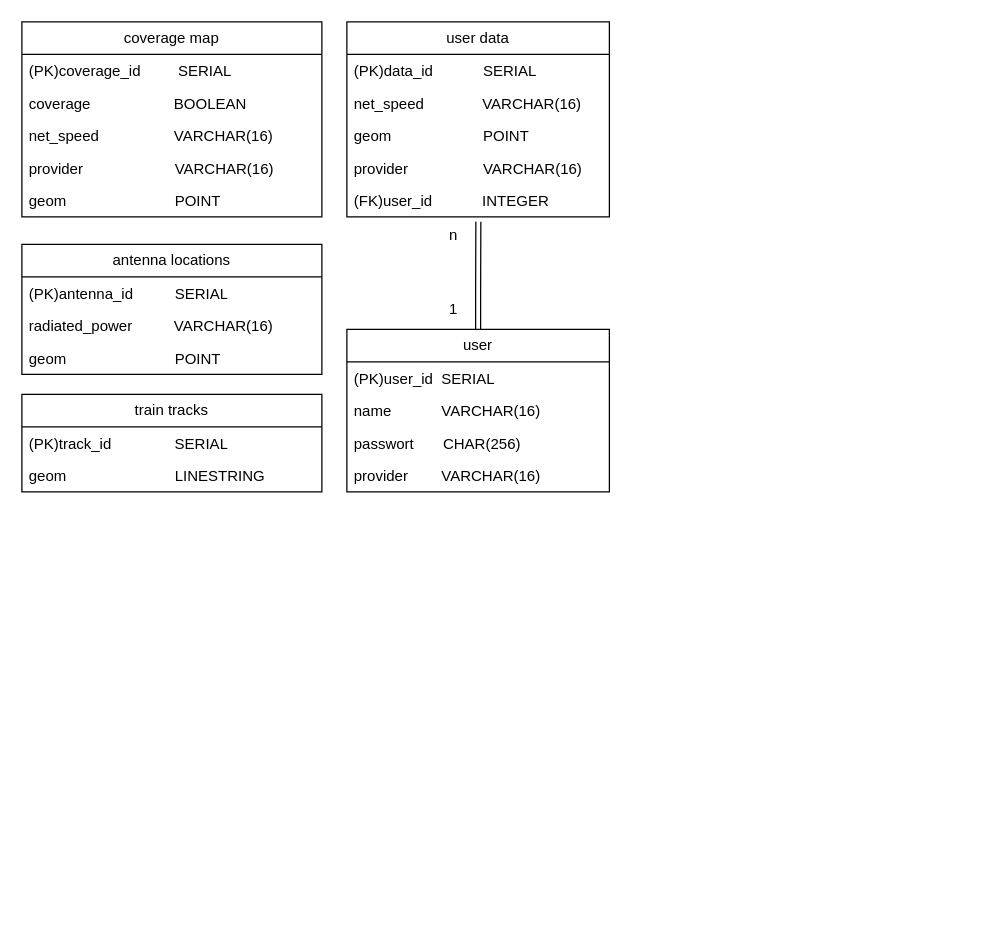
Above: database/UML.drawio in Sinrai/GTA_2023_Project (draw.io), before the change. Source tidied: cells renumbered, new cells numbered last; positions are measured from the earlier drawing's top-left corner, leaving out a move shared by most shapes. Both pictures are drawn from the tidied source at 125%, with x=0, y=0 at pixel (21, 21).
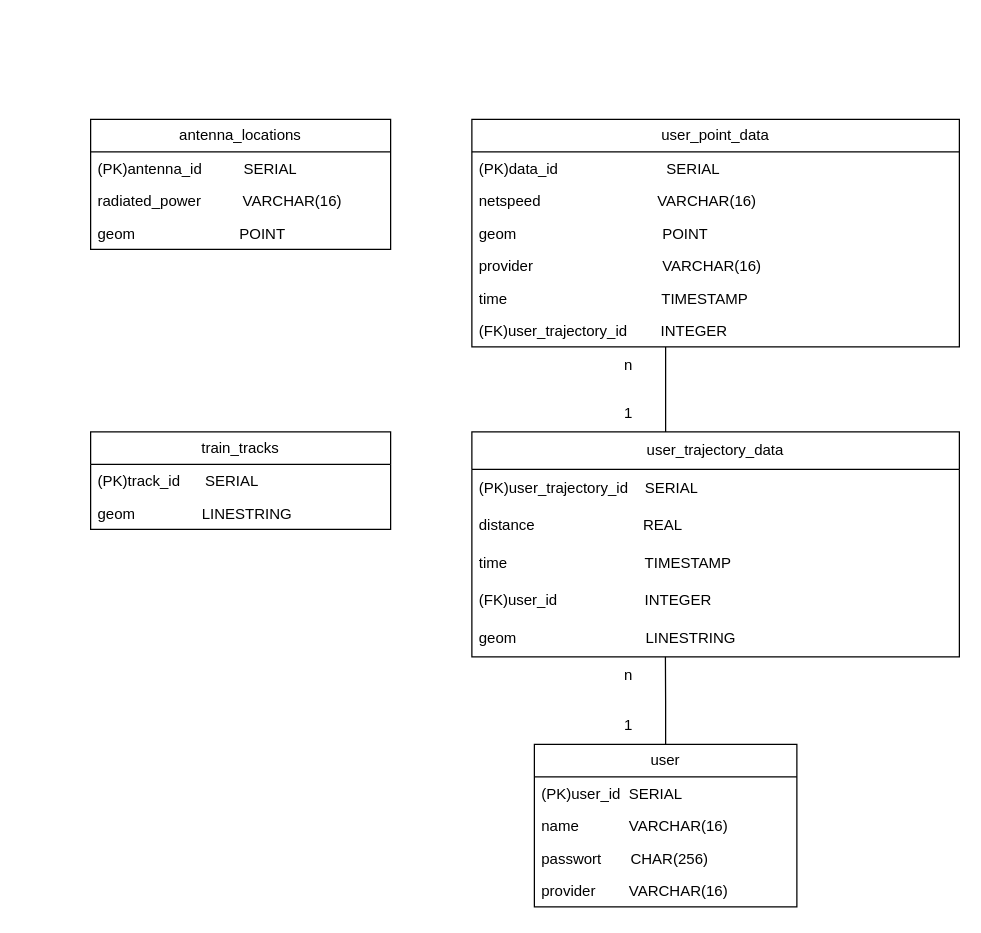
Above is the later version.

What changed in the source:
```diff
@@
-    <mxCell id="2" value="coverage map" style="swimlane;fontStyle=0;horizontal=1;startSize=26;fillColor=none;whiteSpace=wrap;html=1;" parent="1" vertex="1">
-      <mxGeometry width="240" height="156" as="geometry" />
-    </mxCell>
-    <mxCell id="3" value="&lt;div&gt;(PK)coverage_id&amp;nbsp; &amp;nbsp; &amp;nbsp; &amp;nbsp; &amp;nbsp;SERIAL&lt;/div&gt;" style="text;strokeColor=none;fillColor=none;align=left;verticalAlign=top;spacingLeft=4;spacingRight=4;overflow=hidden;whiteSpace=wrap;html=1;" parent="2" vertex="1">
-      <mxGeometry y="26" width="240" height="26" as="geometry" />
-    </mxCell>
-    <mxCell id="4" value="coverage&amp;nbsp; &amp;nbsp; &amp;nbsp; &amp;nbsp; &amp;nbsp; &amp;nbsp; &amp;nbsp; &amp;nbsp; &amp;nbsp; &amp;nbsp; BOOLEAN" style="text;strokeColor=none;fillColor=none;align=left;verticalAlign=top;spacingLeft=4;spacingRight=4;overflow=hidden;whiteSpace=wrap;html=1;" parent="2" vertex="1">
-      <mxGeometry y="52" width="240" height="26" as="geometry" />
-    </mxCell>
-    <mxCell id="5" value="net_speed&amp;nbsp; &amp;nbsp; &amp;nbsp; &amp;nbsp; &amp;nbsp; &amp;nbsp;&amp;nbsp; &amp;nbsp; &amp;nbsp;&amp;nbsp; VARCHAR(16)" style="text;strokeColor=none;fillColor=none;align=left;verticalAlign=top;spacingLeft=4;spacingRight=4;overflow=hidden;whiteSpace=wrap;html=1;" parent="2" vertex="1">
-      <mxGeometry y="78" width="240" height="26" as="geometry" />
-    </mxCell>
-    <mxCell id="6" value="provider&amp;nbsp; &amp;nbsp; &amp;nbsp; &amp;nbsp; &amp;nbsp; &amp;nbsp; &amp;nbsp; &amp;nbsp; &amp;nbsp; &amp;nbsp; &amp;nbsp; VARCHAR(16)" style="text;strokeColor=none;fillColor=none;align=left;verticalAlign=top;spacingLeft=4;spacingRight=4;overflow=hidden;whiteSpace=wrap;html=1;" parent="2" vertex="1">
-      <mxGeometry y="104" width="240" height="26" as="geometry" />
-    </mxCell>
-    <mxCell id="7" value="geom&amp;nbsp; &amp;nbsp; &amp;nbsp; &amp;nbsp; &amp;nbsp; &amp;nbsp; &amp;nbsp; &amp;nbsp; &amp;nbsp; &amp;nbsp; &amp;nbsp; &amp;nbsp; &amp;nbsp; POINT" style="text;strokeColor=none;fillColor=none;align=left;verticalAlign=top;spacingLeft=4;spacingRight=4;overflow=hidden;whiteSpace=wrap;html=1;" parent="2" vertex="1">
-      <mxGeometry y="130" width="240" height="26" as="geometry" />
-    </mxCell>
-    <mxCell id="8" value="antenna locations" style="swimlane;fontStyle=0;horizontal=1;startSize=26;fillColor=none;whiteSpace=wrap;html=1;" parent="1" vertex="1">
-      <mxGeometry y="178" width="240" height="104" as="geometry" />
+    <mxCell id="8" value="antenna_locations" style="swimlane;fontStyle=0;horizontal=1;startSize=26;fillColor=none;whiteSpace=wrap;html=1;" parent="1" vertex="1">
+      <mxGeometry x="55" y="78" width="240" height="104" as="geometry" />
     </mxCell>
@@
-    <mxCell id="11" value="geom&amp;nbsp; &amp;nbsp; &amp;nbsp; &amp;nbsp; &amp;nbsp; &amp;nbsp; &amp;nbsp; &amp;nbsp; &amp;nbsp; &amp;nbsp; &amp;nbsp;&amp;nbsp; &amp;nbsp;&amp;nbsp; POINT" style="text;strokeColor=none;fillColor=none;align=left;verticalAlign=top;spacingLeft=4;spacingRight=4;overflow=hidden;whiteSpace=wrap;html=1;" parent="8" vertex="1">
+    <mxCell id="11" value="geom&amp;nbsp; &amp;nbsp; &amp;nbsp; &amp;nbsp; &amp;nbsp; &amp;nbsp; &amp;nbsp; &amp;nbsp; &amp;nbsp; &amp;nbsp; &amp;nbsp; &amp;nbsp; &amp;nbsp;POINT" style="text;strokeColor=none;fillColor=none;align=left;verticalAlign=top;spacingLeft=4;spacingRight=4;overflow=hidden;whiteSpace=wrap;html=1;" parent="8" vertex="1">
       <mxGeometry y="78" width="240" height="26" as="geometry" />
     </mxCell>
-    <mxCell id="12" value="train tracks" style="swimlane;fontStyle=0;horizontal=1;startSize=26;fillColor=none;whiteSpace=wrap;html=1;" parent="1" vertex="1">
-      <mxGeometry y="298" width="240" height="78" as="geometry" />
+    <mxCell id="12" value="train_tracks" style="swimlane;fontStyle=0;horizontal=1;startSize=26;fillColor=none;whiteSpace=wrap;html=1;" parent="1" vertex="1">
+      <mxGeometry x="55" y="328" width="240" height="78" as="geometry" />
     </mxCell>
-    <mxCell id="13" value="(PK)track_id&amp;nbsp; &amp;nbsp; &amp;nbsp; &lt;span style=&quot;white-space: pre;&quot;&gt;&#9;&lt;/span&gt;&amp;nbsp;&amp;nbsp; SERIAL" style="text;strokeColor=none;fillColor=none;align=left;verticalAlign=top;spacingLeft=4;spacingRight=4;overflow=hidden;whiteSpace=wrap;html=1;" parent="12" vertex="1">
+    <mxCell id="13" value="(PK)track_id&amp;nbsp; &amp;nbsp; &amp;nbsp; SERIAL" style="text;strokeColor=none;fillColor=none;align=left;verticalAlign=top;spacingLeft=4;spacingRight=4;overflow=hidden;whiteSpace=wrap;html=1;" parent="12" vertex="1">
       <mxGeometry y="26" width="240" height="26" as="geometry" />
     </mxCell>
-    <mxCell id="14" value="geom&amp;nbsp; &amp;nbsp; &amp;nbsp; &amp;nbsp; &amp;nbsp; &amp;nbsp; &amp;nbsp; &amp;nbsp; &amp;nbsp; &amp;nbsp; &amp;nbsp; &amp;nbsp; &amp;nbsp; LINESTRING" style="text;strokeColor=none;fillColor=none;align=left;verticalAlign=top;spacingLeft=4;spacingRight=4;overflow=hidden;whiteSpace=wrap;html=1;" parent="12" vertex="1">
+    <mxCell id="14" value="geom&amp;nbsp; &amp;nbsp; &amp;nbsp; &amp;nbsp; &amp;nbsp; &amp;nbsp; &amp;nbsp; &amp;nbsp; LINESTRING" style="text;strokeColor=none;fillColor=none;align=left;verticalAlign=top;spacingLeft=4;spacingRight=4;overflow=hidden;whiteSpace=wrap;html=1;" parent="12" vertex="1">
       <mxGeometry y="52" width="240" height="26" as="geometry" />
     </mxCell>
+    <mxCell id="29" style="edgeStyle=orthogonalEdgeStyle;rounded=0;jettySize=auto;html=1;endArrow=none;endFill=0;" parent="1" edge="1" source="15" target="31">
+      <mxGeometry relative="1" as="geometry">
+        <Array as="points">
+          <mxPoint x="515" y="288" />
+          <mxPoint x="515" y="288" />
+        </Array>
+      </mxGeometry>
+    </mxCell>
-    <mxCell id="15" value="user data" style="swimlane;fontStyle=0;horizontal=1;startSize=26;fillColor=none;whiteSpace=wrap;html=1;" parent="1" vertex="1">
-      <mxGeometry x="260" width="210" height="156" as="geometry" />
+    <mxCell id="15" value="user_point_data" style="swimlane;fontStyle=0;horizontal=1;startSize=26;fillColor=none;whiteSpace=wrap;html=1;" parent="1" vertex="1">
+      <mxGeometry x="360" y="78" width="390" height="182" as="geometry" />
     </mxCell>
-    <mxCell id="16" value="(PK)data_id&amp;nbsp; &amp;nbsp; &amp;nbsp;&amp;nbsp; &amp;nbsp; &amp;nbsp;&amp;nbsp; SERIAL" style="text;strokeColor=none;fillColor=none;align=left;verticalAlign=top;spacingLeft=4;spacingRight=4;overflow=hidden;whiteSpace=wrap;html=1;" parent="15" vertex="1">
-      <mxGeometry y="26" width="210" height="26" as="geometry" />
+    <mxCell id="16" value="(PK)data_id&amp;nbsp; &amp;nbsp; &amp;nbsp; &amp;nbsp; &amp;nbsp; &amp;nbsp; &amp;nbsp; &amp;nbsp; &amp;nbsp; &amp;nbsp; &amp;nbsp; &amp;nbsp; &amp;nbsp; SERIAL" style="text;strokeColor=none;fillColor=none;align=left;verticalAlign=top;spacingLeft=4;spacingRight=4;overflow=hidden;whiteSpace=wrap;html=1;" parent="15" vertex="1">
+      <mxGeometry y="26" width="390" height="26" as="geometry" />
     </mxCell>
-    <mxCell id="17" value="net_speed&amp;nbsp; &amp;nbsp; &amp;nbsp; &amp;nbsp; &amp;nbsp;&amp;nbsp; &amp;nbsp;&amp;nbsp; VARCHAR(16)" style="text;strokeColor=none;fillColor=none;align=left;verticalAlign=top;spacingLeft=4;spacingRight=4;overflow=hidden;whiteSpace=wrap;html=1;" parent="15" vertex="1">
-      <mxGeometry y="52" width="210" height="26" as="geometry" />
+    <mxCell id="17" value="netspeed&amp;nbsp; &amp;nbsp; &amp;nbsp; &amp;nbsp; &amp;nbsp; &amp;nbsp; &amp;nbsp; &amp;nbsp; &amp;nbsp; &amp;nbsp; &amp;nbsp; &amp;nbsp; &amp;nbsp; &amp;nbsp; VARCHAR(16)" style="text;strokeColor=none;fillColor=none;align=left;verticalAlign=top;spacingLeft=4;spacingRight=4;overflow=hidden;whiteSpace=wrap;html=1;" parent="15" vertex="1">
+      <mxGeometry y="52" width="390" height="26" as="geometry" />
     </mxCell>
-    <mxCell id="18" value="geom&amp;nbsp; &amp;nbsp; &amp;nbsp; &amp;nbsp; &amp;nbsp; &amp;nbsp; &amp;nbsp; &amp;nbsp; &amp;nbsp; &amp;nbsp; &amp;nbsp; POINT" style="text;strokeColor=none;fillColor=none;align=left;verticalAlign=top;spacingLeft=4;spacingRight=4;overflow=hidden;whiteSpace=wrap;html=1;" parent="15" vertex="1">
-      <mxGeometry y="78" width="210" height="26" as="geometry" />
+    <mxCell id="18" value="geom&amp;nbsp; &amp;nbsp; &amp;nbsp; &amp;nbsp; &amp;nbsp; &amp;nbsp; &amp;nbsp; &amp;nbsp; &amp;nbsp; &amp;nbsp; &amp;nbsp; &amp;nbsp; &amp;nbsp; &amp;nbsp; &amp;nbsp; &amp;nbsp; &amp;nbsp; &amp;nbsp;POINT" style="text;strokeColor=none;fillColor=none;align=left;verticalAlign=top;spacingLeft=4;spacingRight=4;overflow=hidden;whiteSpace=wrap;html=1;" parent="15" vertex="1">
+      <mxGeometry y="78" width="390" height="26" as="geometry" />
     </mxCell>
-    <mxCell id="19" value="provider&amp;nbsp; &amp;nbsp; &amp;nbsp; &amp;nbsp; &amp;nbsp; &amp;nbsp; &amp;nbsp; &amp;nbsp; &amp;nbsp; VARCHAR(16)" style="text;strokeColor=none;fillColor=none;align=left;verticalAlign=top;spacingLeft=4;spacingRight=4;overflow=hidden;whiteSpace=wrap;html=1;" parent="15" vertex="1">
-      <mxGeometry y="104" width="210" height="26" as="geometry" />
+    <mxCell id="19" value="provider&amp;nbsp; &amp;nbsp; &amp;nbsp; &amp;nbsp; &amp;nbsp; &amp;nbsp; &amp;nbsp; &amp;nbsp; &amp;nbsp; &amp;nbsp; &amp;nbsp; &amp;nbsp; &amp;nbsp; &amp;nbsp; &amp;nbsp; &amp;nbsp;VARCHAR(16)" style="text;strokeColor=none;fillColor=none;align=left;verticalAlign=top;spacingLeft=4;spacingRight=4;overflow=hidden;whiteSpace=wrap;html=1;" parent="15" vertex="1">
+      <mxGeometry y="104" width="390" height="26" as="geometry" />
     </mxCell>
+    <mxCell id="30" value="time&amp;nbsp; &amp;nbsp; &amp;nbsp; &amp;nbsp; &amp;nbsp; &amp;nbsp; &amp;nbsp; &amp;nbsp; &amp;nbsp; &amp;nbsp; &amp;nbsp; &amp;nbsp; &amp;nbsp; &amp;nbsp; &amp;nbsp; &amp;nbsp; &amp;nbsp; &amp;nbsp; &amp;nbsp;TIMESTAMP" style="text;strokeColor=none;fillColor=none;align=left;verticalAlign=top;spacingLeft=4;spacingRight=4;overflow=hidden;whiteSpace=wrap;html=1;" parent="15" vertex="1">
+      <mxGeometry y="130" width="390" height="26" as="geometry" />
+    </mxCell>
-    <mxCell id="20" value="(FK)user_id&amp;nbsp; &amp;nbsp; &amp;nbsp; &amp;nbsp; &amp;nbsp; &amp;nbsp; INTEGER" style="text;strokeColor=none;fillColor=none;align=left;verticalAlign=top;spacingLeft=4;spacingRight=4;overflow=hidden;whiteSpace=wrap;html=1;" parent="15" vertex="1">
-      <mxGeometry y="130" width="210" height="26" as="geometry" />
+    <mxCell id="20" value="(FK)user_trajectory_id&amp;nbsp; &amp;nbsp; &amp;nbsp; &amp;nbsp; INTEGER" style="text;strokeColor=none;fillColor=none;align=left;verticalAlign=top;spacingLeft=4;spacingRight=4;overflow=hidden;whiteSpace=wrap;html=1;" parent="15" vertex="1">
+      <mxGeometry y="156" width="390" height="26" as="geometry" />
     </mxCell>
-    <mxCell id="21" style="edgeStyle=orthogonalEdgeStyle;rounded=0;jettySize=auto;html=1;entryX=1.173;entryY=0.127;entryDx=0;entryDy=0;entryPerimeter=0;shape=link;" parent="1" edge="1" source="22" target="27">
-      <mxGeometry relative="1" as="geometry" />
-    </mxCell>
     <mxCell id="22" value="user" style="swimlane;fontStyle=0;horizontal=1;startSize=26;fillColor=none;whiteSpace=wrap;html=1;" parent="1" vertex="1">
-      <mxGeometry x="260" y="246" width="210" height="130" as="geometry" />
+      <mxGeometry x="410" y="578" width="210" height="130" as="geometry" />
     </mxCell>
@@
-    <mxCell id="27" value="n" style="text;html=1;align=center;verticalAlign=middle;points=[];strokeColor=none;fillColor=none;" parent="1" vertex="1">
-      <mxGeometry x="330" y="156" width="30" height="30" as="geometry" />
+    <mxCell id="27" value="n" style="text;html=1;align=center;verticalAlign=middle;points=[];strokeColor=none;fillColor=none;rotation=0;" parent="1" vertex="1">
+      <mxGeometry x="470" y="260" width="30" height="30" as="geometry" />
     </mxCell>
     <mxCell id="28" value="1" style="text;html=1;align=center;verticalAlign=middle;strokeColor=none;fillColor=none;" parent="1" vertex="1">
-      <mxGeometry x="330" y="215" width="30" height="30" as="geometry" />
+      <mxGeometry x="470" y="298" width="30" height="30" as="geometry" />
     </mxCell>
+    <mxCell id="31" value="user_trajectory_data" style="swimlane;fontStyle=0;horizontal=1;startSize=30;whiteSpace=wrap;html=1;" parent="1" vertex="1">
+      <mxGeometry x="360" y="328" width="390" height="180" as="geometry" />
+    </mxCell>
+    <mxCell id="32" value="(PK)user_trajectory_id&amp;nbsp; &amp;nbsp; SERIAL" style="text;strokeColor=none;fillColor=none;align=left;verticalAlign=middle;spacingLeft=4;spacingRight=4;overflow=hidden;whiteSpace=wrap;html=1;" parent="31" vertex="1">
+      <mxGeometry y="30" width="390" height="30" as="geometry" />
+    </mxCell>
+    <mxCell id="33" value="distance&amp;nbsp; &amp;nbsp; &amp;nbsp; &amp;nbsp; &amp;nbsp; &amp;nbsp; &amp;nbsp; &amp;nbsp; &amp;nbsp; &amp;nbsp; &amp;nbsp; &amp;nbsp; &amp;nbsp; REAL" style="text;strokeColor=none;fillColor=none;align=left;verticalAlign=middle;spacingLeft=4;spacingRight=4;overflow=hidden;whiteSpace=wrap;html=1;" parent="31" vertex="1">
+      <mxGeometry y="60" width="390" height="30" as="geometry" />
+    </mxCell>
+    <mxCell id="34" value="time&amp;nbsp; &amp;nbsp; &amp;nbsp; &amp;nbsp; &amp;nbsp; &amp;nbsp; &amp;nbsp; &amp;nbsp; &amp;nbsp; &amp;nbsp; &amp;nbsp; &amp;nbsp; &amp;nbsp; &amp;nbsp; &amp;nbsp; &amp;nbsp; &amp;nbsp;TIMESTAMP" style="text;strokeColor=none;fillColor=none;align=left;verticalAlign=middle;spacingLeft=4;spacingRight=4;overflow=hidden;whiteSpace=wrap;html=1;" parent="31" vertex="1">
+      <mxGeometry y="90" width="390" height="30" as="geometry" />
+    </mxCell>
+    <mxCell id="35" value="(FK)user_id&amp;nbsp; &amp;nbsp; &amp;nbsp; &amp;nbsp; &amp;nbsp; &amp;nbsp; &amp;nbsp; &amp;nbsp; &amp;nbsp; &amp;nbsp; &amp;nbsp;INTEGER" style="text;strokeColor=none;fillColor=none;align=left;verticalAlign=middle;spacingLeft=4;spacingRight=4;overflow=hidden;whiteSpace=wrap;html=1;" parent="31" vertex="1">
+      <mxGeometry y="120" width="390" height="30" as="geometry" />
+    </mxCell>
+    <mxCell id="36" value="geom&amp;nbsp; &amp;nbsp; &amp;nbsp; &amp;nbsp; &amp;nbsp; &amp;nbsp; &amp;nbsp; &amp;nbsp; &amp;nbsp; &amp;nbsp; &amp;nbsp; &amp;nbsp; &amp;nbsp; &amp;nbsp; &amp;nbsp; &amp;nbsp;LINESTRING" style="text;strokeColor=none;fillColor=none;align=left;verticalAlign=middle;spacingLeft=4;spacingRight=4;overflow=hidden;points=[[0,0.5],[1,0.5]];portConstraint=eastwest;whiteSpace=wrap;html=1;" parent="31" vertex="1">
+      <mxGeometry y="150" width="390" height="30" as="geometry" />
+    </mxCell>
+    <mxCell id="37" value="n" style="text;html=1;align=center;verticalAlign=middle;strokeColor=none;fillColor=none;" parent="1" vertex="1">
+      <mxGeometry x="470" y="508" width="30" height="30" as="geometry" />
+    </mxCell>
+    <mxCell id="38" value="1" style="text;html=1;align=center;verticalAlign=middle;strokeColor=none;fillColor=none;rotation=0;" parent="1" vertex="1">
+      <mxGeometry x="470" y="548" width="30" height="30" as="geometry" />
+    </mxCell>
+    <mxCell id="39" style="edgeStyle=orthogonalEdgeStyle;rounded=0;jettySize=auto;html=1;entryX=0.397;entryY=1;entryDx=0;entryDy=0;entryPerimeter=0;endArrow=none;endFill=0;" parent="1" edge="1" source="22" target="36">
+      <mxGeometry relative="1" as="geometry" />
+    </mxCell>
```
